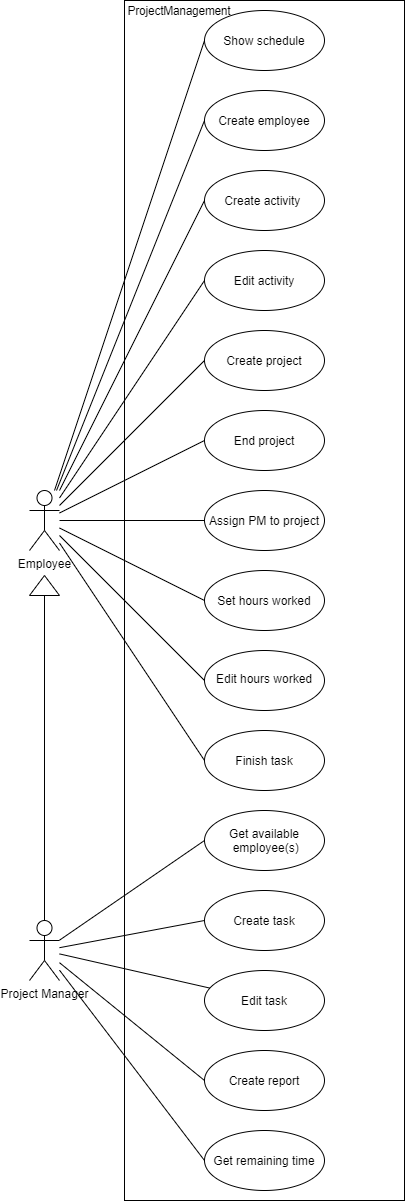
Before: Documentation, figures, etc/Use Case.png, a diagram exported from draw.io (s204475/SoftwareEngineering02161). Source tidied: cells renumbered, new cells last; positions are measured from the earlier drawing's top-left corner, leaving out a move shared by most shapes.
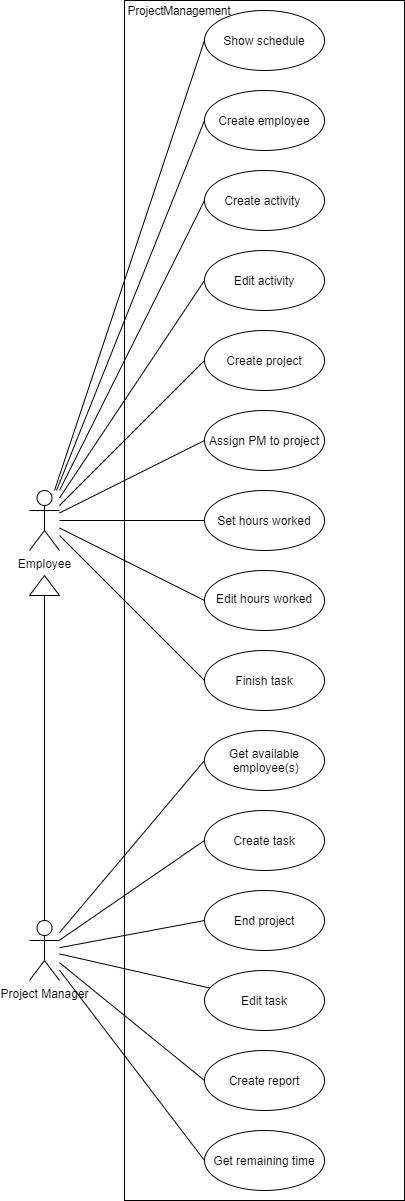
Later version of the same file.

Change to the diagram source:
```diff
@@ -32,9 +32,6 @@
     <mxCell id="11" style="edgeStyle=none;rounded=0;jettySize=auto;html=1;entryX=0;entryY=0.5;entryDx=0;entryDy=0;endArrow=none;endFill=0;" parent="1" edge="1" source="13" target="39">
       <mxGeometry relative="1" as="geometry" />
     </mxCell>
-    <mxCell id="12" style="rounded=0;jettySize=auto;html=1;entryX=0;entryY=0.5;entryDx=0;entryDy=0;endArrow=none;endFill=0;" parent="1" edge="1" source="13" target="40">
-      <mxGeometry relative="1" as="geometry" />
-    </mxCell>
     <mxCell id="13" value="Employee" style="shape=umlActor;verticalLabelPosition=bottom;verticalAlign=top;html=1;outlineConnect=0;" parent="1" vertex="1">
       <mxGeometry y="490" width="30" height="60" as="geometry" />
     </mxCell>
@@ -42,16 +39,16 @@
       <mxGeometry x="175" y="330" width="120" height="60" as="geometry" />
     </mxCell>
     <mxCell id="15" value="Assign PM to project" style="ellipse;whiteSpace=wrap;html=1;" parent="1" vertex="1">
-      <mxGeometry x="175" y="490" width="120" height="60" as="geometry" />
+      <mxGeometry x="175" y="410" width="120" height="60" as="geometry" />
     </mxCell>
     <mxCell id="16" style="ellipse;whiteSpace=wrap;html=1;" parent="1" vertex="1">
-      <mxGeometry x="175" y="570" width="120" height="60" as="geometry" />
+      <mxGeometry x="175" y="490" width="120" height="60" as="geometry" />
     </mxCell>
     <mxCell id="17" style="ellipse;whiteSpace=wrap;html=1;" parent="1" vertex="1">
-      <mxGeometry x="175" y="650" width="120" height="60" as="geometry" />
+      <mxGeometry x="175" y="570" width="120" height="60" as="geometry" />
     </mxCell>
     <mxCell id="18" style="ellipse;whiteSpace=wrap;html=1;" parent="1" vertex="1">
-      <mxGeometry x="175" y="730" width="120" height="60" as="geometry" />
+      <mxGeometry x="175" y="650" width="120" height="60" as="geometry" />
     </mxCell>
     <mxCell id="19" value="&lt;font style=&quot;font-size: 11.5px&quot;&gt;ProjectManagement&lt;/font&gt;" style="text;html=1;strokeColor=none;fillColor=none;align=center;verticalAlign=middle;whiteSpace=wrap;rounded=0;" parent="1" vertex="1">
       <mxGeometry x="95" width="110" height="20" as="geometry" />
@@ -69,10 +66,10 @@
       <mxGeometry relative="1" as="geometry" />
     </mxCell>
     <mxCell id="24" value="Get available&lt;span style=&quot;color: rgba(0 , 0 , 0 , 0) ; font-family: monospace ; font-size: 0px&quot;&gt;%3CmxGraphModel%3E%3Croot%3E%3CmxCell%20id%3D%220%22%2F%3E%3CmxCell%20id%3D%221%22%20parent%3D%220%22%2F%3E%3CmxCell%20id%3D%222%22%20value%3D%22Create%20project%26lt%3Bspan%20style%3D%26quot%3Bcolor%3A%20rgba(0%20%2C%200%20%2C%200%20%2C%200)%20%3B%20font-family%3A%20monospace%20%3B%20font-size%3A%200px%26quot%3B%26gt%3B%253CmxGraphModel%253E%253Croot%253E%253CmxCell%2520id%253D%25220%2522%252F%253E%253CmxCell%2520id%253D%25221%2522%2520parent%253D%25220%2522%252F%253E%253CmxCell%2520id%253D%25222%2522%2520value%253D%2522%2522%2520style%253D%2522ellipse%253BwhiteSpace%253Dwrap%253Bhtml%253D1%253B%2522%2520vertex%253D%25221%2522%2520parent%253D%25221%2522%253E%253CmxGeometry%2520x%253D%2522480%2522%2520y%253D%2522450%2522%2520width%253D%2522120%2522%2520height%253D%252260%2522%2520as%253D%2522geometry%2522%252F%253E%253C%252FmxCell%253E%253C%252Froot%253E%253C%252FmxGraphModel%253E%26lt%3B%2Fspan%26gt%3B%22%20style%3D%22ellipse%3BwhiteSpace%3Dwrap%3Bhtml%3D1%3B%22%20vertex%3D%221%22%20parent%3D%221%22%3E%3CmxGeometry%20x%3D%22480%22%20y%3D%22570%22%20width%3D%22120%22%20height%3D%2260%22%20as%3D%22geometry%22%2F%3E%3C%2FmxCell%3E%3C%2Froot%3E%3C%2FmxGraphModel%3E&lt;/span&gt;&lt;br&gt;&amp;nbsp;employee(s)" style="ellipse;whiteSpace=wrap;html=1;" parent="1" vertex="1">
-      <mxGeometry x="175" y="810" width="120" height="60" as="geometry" />
+      <mxGeometry x="175" y="730" width="120" height="60" as="geometry" />
     </mxCell>
     <mxCell id="25" value="Create task" style="ellipse;whiteSpace=wrap;html=1;" parent="1" vertex="1">
-      <mxGeometry x="175" y="890" width="120" height="60" as="geometry" />
+      <mxGeometry x="175" y="810" width="120" height="60" as="geometry" />
     </mxCell>
     <mxCell id="26" value="Create report&lt;span style=&quot;color: rgba(0 , 0 , 0 , 0) ; font-family: monospace ; font-size: 0px&quot;&gt;%3CmxGraphModel%3E%3Croot%3E%3CmxCell%20id%3D%220%22%2F%3E%3CmxCell%20id%3D%221%22%20parent%3D%220%22%2F%3E%3CmxCell%20id%3D%222%22%20value%3D%22Edit%20activity%22%20style%3D%22ellipse%3BwhiteSpace%3Dwrap%3Bhtml%3D1%3B%22%20vertex%3D%221%22%20parent%3D%221%22%3E%3CmxGeometry%20x%3D%22480%22%20y%3D%22730%22%20width%3D%22120%22%20height%3D%2260%22%20as%3D%22geometry%22%2F%3E%3C%2FmxCell%3E%3C%2Froot%3E%3C%2FmxGraphModel%3E&lt;/span&gt;" style="ellipse;whiteSpace=wrap;html=1;" parent="1" vertex="1">
       <mxGeometry x="175" y="1050" width="120" height="60" as="geometry" />
@@ -81,10 +78,10 @@
       <mxGeometry x="175" y="1130" width="120" height="60" as="geometry" />
     </mxCell>
     <mxCell id="28" value="Finish task" style="text;html=1;strokeColor=none;fillColor=none;align=center;verticalAlign=middle;whiteSpace=wrap;rounded=0;" parent="1" vertex="1">
-      <mxGeometry x="185" y="740" width="100" height="40" as="geometry" />
+      <mxGeometry x="185" y="660" width="100" height="40" as="geometry" />
     </mxCell>
     <mxCell id="29" value="Set hours worked" style="text;html=1;fillColor=none;align=center;verticalAlign=middle;whiteSpace=wrap;rounded=0;" parent="1" vertex="1">
-      <mxGeometry x="185" y="580" width="100" height="40" as="geometry" />
+      <mxGeometry x="185" y="500" width="100" height="40" as="geometry" />
     </mxCell>
     <mxCell id="30" style="endArrow=none;html=1;" parent="1" edge="1" source="37">
       <mxGeometry relative="1" as="geometry">
@@ -95,7 +92,7 @@
       <mxGeometry x="5" y="570" width="20" height="30" as="geometry" />
     </mxCell>
     <mxCell id="32" value="Edit hours worked" style="text;html=1;strokeColor=none;fillColor=none;align=center;verticalAlign=middle;whiteSpace=wrap;rounded=0;" parent="1" vertex="1">
-      <mxGeometry x="185" y="655" width="100" height="45" as="geometry" />
+      <mxGeometry x="185" y="575" width="100" height="45" as="geometry" />
     </mxCell>
     <mxCell id="33" value="Edit activity" style="ellipse;whiteSpace=wrap;html=1;" parent="1" vertex="1">
       <mxGeometry x="175" y="250" width="120" height="60" as="geometry" />
@@ -109,6 +106,9 @@
     <mxCell id="36" style="rounded=0;jettySize=auto;html=1;endArrow=none;endFill=0;" parent="1" edge="1" source="37" target="38">
       <mxGeometry relative="1" as="geometry" />
     </mxCell>
+    <mxCell id="41" style="edgeStyle=none;rounded=0;jettySize=auto;html=1;endArrow=none;endFill=0;entryX=0;entryY=0.5;entryDx=0;entryDy=0;" parent="1" edge="1" source="37" target="40">
+      <mxGeometry relative="1" as="geometry" />
+    </mxCell>
     <mxCell id="37" value="Project Manager" style="shape=umlActor;verticalLabelPosition=bottom;verticalAlign=top;html=1;outlineConnect=0;" parent="1" vertex="1">
       <mxGeometry y="920" width="30" height="60" as="geometry" />
     </mxCell>
@@ -119,7 +119,7 @@
       <mxGeometry x="175" y="90" width="120" height="60" as="geometry" />
     </mxCell>
     <mxCell id="40" value="End project" style="ellipse;whiteSpace=wrap;html=1;" parent="1" vertex="1">
-      <mxGeometry x="175" y="410" width="120" height="60" as="geometry" />
+      <mxGeometry x="175" y="890" width="120" height="60" as="geometry" />
     </mxCell>
   </root>
 </mxGraphModel>
```
